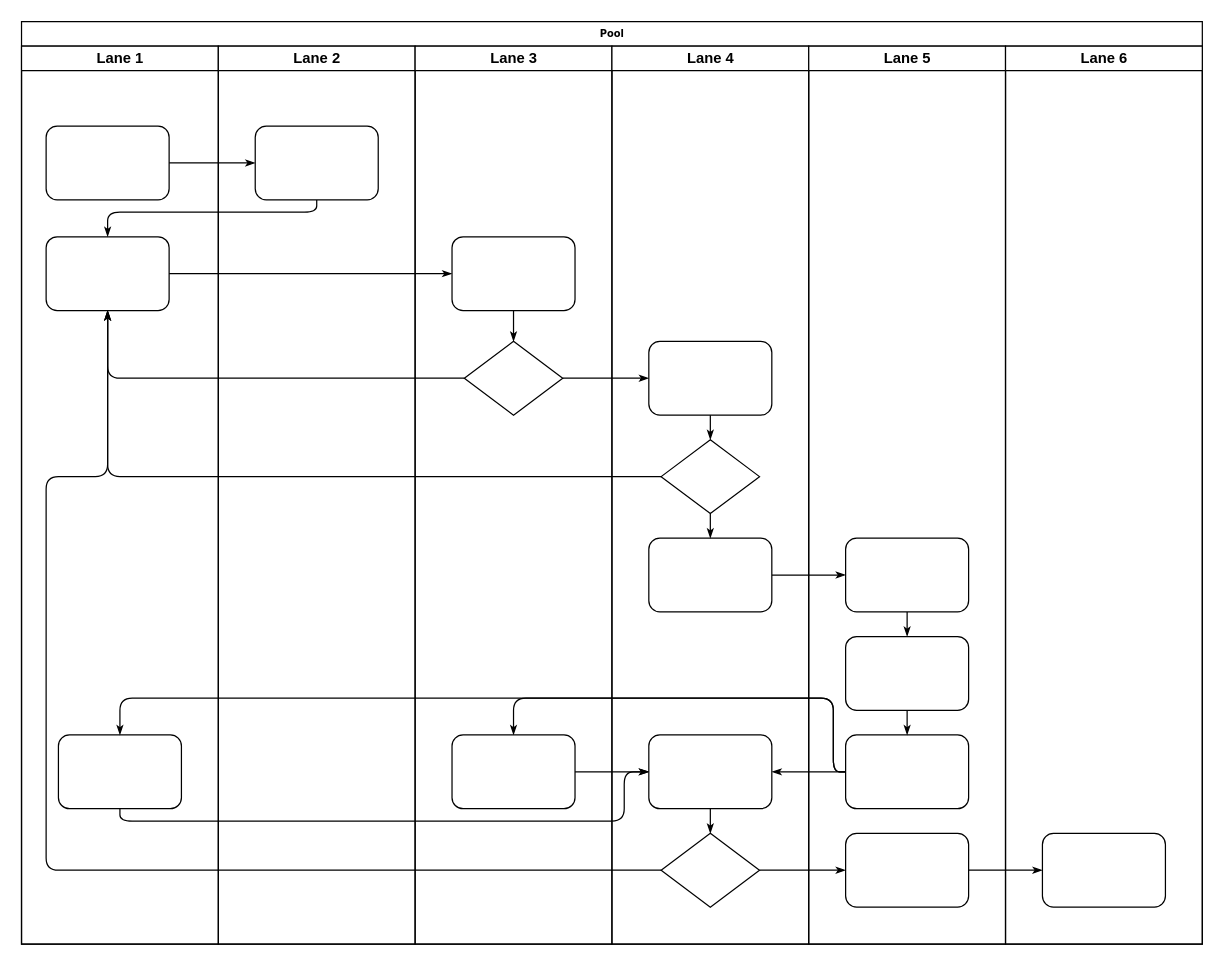
The draw.io diagram Untitled Diagram.drawio in Thousandsuny/Learning, before the edit. Source tidied: cells renumbered, new cells numbered last; positions are measured from the earlier drawing's top-left corner, leaving out a move shared by most shapes. Both pictures are drawn from the tidied source at 123%, with x=0, y=0 at pixel (21, 21).
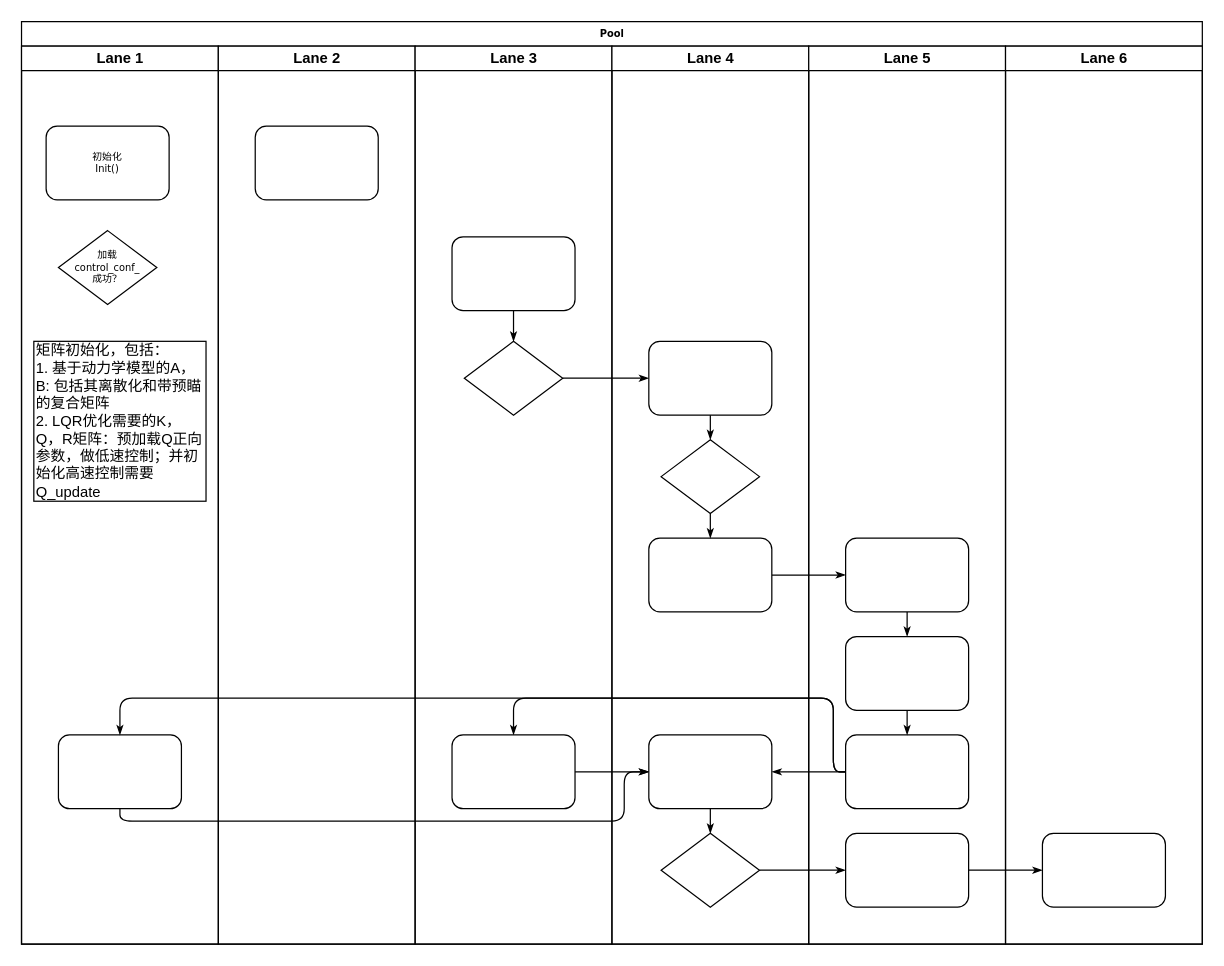
The same page after the edit.

The change refers to these unchanged cells:
```xml
<mxCell id="2" value="Pool" style="swimlane;html=1;startSize=20;rounded=0;shadow=0;labelBackgroundColor=none;strokeWidth=1;fontFamily=Verdana;fontSize=8;align=center;" parent="1" vertex="1">
  <mxGeometry width="960" height="750" as="geometry" />
</mxCell>
<mxCell id="3" value="Lane 1" style="swimlane;html=1;startSize=20;" parent="2" vertex="1">
  <mxGeometry y="20" width="160" height="730" as="geometry" />
</mxCell>
<mxCell id="23" style="rounded=1;whiteSpace=wrap;html=1;shadow=0;labelBackgroundColor=none;strokeWidth=1;fontFamily=Verdana;fontSize=8;align=center;" parent="22" vertex="1">
  <mxGeometry x="30" y="65" width="100" height="60" as="geometry" />
</mxCell>
<mxCell id="25" style="rounded=1;whiteSpace=wrap;html=1;shadow=0;labelBackgroundColor=none;strokeWidth=1;fontFamily=Verdana;fontSize=8;align=center;" parent="24" vertex="1">
  <mxGeometry x="30" y="155" width="100" height="60" as="geometry" />
</mxCell>
<mxCell id="26" style="rhombus;whiteSpace=wrap;html=1;rounded=0;shadow=0;labelBackgroundColor=none;strokeWidth=1;fontFamily=Verdana;fontSize=8;align=center;" parent="24" vertex="1">
  <mxGeometry x="40" y="240" width="80" height="60" as="geometry" />
</mxCell>
<mxCell id="31" style="rhombus;whiteSpace=wrap;html=1;rounded=0;shadow=0;labelBackgroundColor=none;strokeWidth=1;fontFamily=Verdana;fontSize=8;align=center;" parent="29" vertex="1">
  <mxGeometry x="40" y="320" width="80" height="60" as="geometry" />
</mxCell>
<mxCell id="34" style="rhombus;whiteSpace=wrap;html=1;rounded=0;shadow=0;labelBackgroundColor=none;strokeWidth=1;fontFamily=Verdana;fontSize=8;align=center;" parent="29" vertex="1">
  <mxGeometry x="40" y="640" width="80" height="60" as="geometry" />
</mxCell>
```

Change to the diagram source:
```diff
@@
-    <mxCell id="4" style="rounded=1;whiteSpace=wrap;html=1;shadow=0;labelBackgroundColor=none;strokeWidth=1;fontFamily=Verdana;fontSize=8;align=center;" parent="3" vertex="1">
+    <mxCell id="4" value="初始化&lt;br&gt;Init()" style="rounded=1;whiteSpace=wrap;html=1;shadow=0;labelBackgroundColor=none;strokeWidth=1;fontFamily=Verdana;fontSize=8;align=center;" parent="3" vertex="1">
       <mxGeometry x="20" y="65" width="100" height="60" as="geometry" />
     </mxCell>
-    <mxCell id="5" style="rounded=1;whiteSpace=wrap;html=1;shadow=0;labelBackgroundColor=none;strokeWidth=1;fontFamily=Verdana;fontSize=8;align=center;" parent="3" vertex="1">
-      <mxGeometry x="20" y="155" width="100" height="60" as="geometry" />
-    </mxCell>
@@
-    <mxCell id="7" style="edgeStyle=orthogonalEdgeStyle;rounded=1;html=1;labelBackgroundColor=none;startArrow=none;startFill=0;startSize=5;endArrow=classicThin;endFill=1;endSize=5;jettySize=auto;strokeWidth=1;fontFamily=Verdana;fontSize=8;" parent="2" edge="1" source="4" target="23">
-      <mxGeometry relative="1" as="geometry" />
-    </mxCell>
-    <mxCell id="8" style="edgeStyle=orthogonalEdgeStyle;rounded=1;html=1;labelBackgroundColor=none;startArrow=none;startFill=0;startSize=5;endArrow=classicThin;endFill=1;endSize=5;jettySize=auto;strokeWidth=1;fontFamily=Verdana;fontSize=8;" parent="2" edge="1" source="23" target="5">
-      <mxGeometry relative="1" as="geometry">
-        <Array as="points">
-          <mxPoint x="240" y="155" />
-          <mxPoint x="70" y="155" />
-        </Array>
-      </mxGeometry>
-    </mxCell>
-    <mxCell id="9" style="edgeStyle=orthogonalEdgeStyle;rounded=1;html=1;labelBackgroundColor=none;startArrow=none;startFill=0;startSize=5;endArrow=classicThin;endFill=1;endSize=5;jettySize=auto;strokeWidth=1;fontFamily=Verdana;fontSize=8;" parent="2" edge="1" source="5" target="25">
-      <mxGeometry relative="1" as="geometry" />
-    </mxCell>
-    <mxCell id="10" style="edgeStyle=orthogonalEdgeStyle;rounded=1;html=1;labelBackgroundColor=none;startArrow=none;startFill=0;startSize=5;endArrow=classicThin;endFill=1;endSize=5;jettySize=auto;strokeWidth=1;fontFamily=Verdana;fontSize=8;" parent="2" edge="1" source="26" target="5">
-      <mxGeometry relative="1" as="geometry" />
-    </mxCell>
-    <mxCell id="11" style="edgeStyle=orthogonalEdgeStyle;rounded=1;html=1;labelBackgroundColor=none;startArrow=none;startFill=0;startSize=5;endArrow=classicThin;endFill=1;endSize=5;jettySize=auto;strokeWidth=1;fontFamily=Verdana;fontSize=8;" parent="2" edge="1" source="31" target="5">
-      <mxGeometry relative="1" as="geometry" />
-    </mxCell>
-    <mxCell id="12" style="edgeStyle=orthogonalEdgeStyle;rounded=1;html=1;labelBackgroundColor=none;startArrow=none;startFill=0;startSize=5;endArrow=classicThin;endFill=1;endSize=5;jettySize=auto;strokeWidth=1;fontFamily=Verdana;fontSize=8;" parent="2" edge="1" source="34" target="5">
-      <mxGeometry relative="1" as="geometry">
-        <Array as="points">
-          <mxPoint x="20" y="690" />
-          <mxPoint x="20" y="370" />
-          <mxPoint x="70" y="370" />
-        </Array>
-      </mxGeometry>
-    </mxCell>
+    <mxCell id="47" value="加载&lt;br&gt;control_conf_&lt;br&gt;成功？" style="rhombus;whiteSpace=wrap;html=1;rounded=0;shadow=0;labelBackgroundColor=none;strokeWidth=1;fontFamily=Verdana;fontSize=8;align=center;" parent="3" vertex="1">
+      <mxGeometry x="30" y="150" width="80" height="60" as="geometry" />
+    </mxCell>
+    <mxCell id="48" value="矩阵初始化，包括：&lt;br&gt;&lt;div&gt;&lt;span&gt;1. 基于动力学模型的A，B: 包括其离散化和带预瞄的复合矩阵&lt;/span&gt;&lt;/div&gt;2. LQR优化需要的K，Q，R矩阵：预加载Q正向参数，做低速控制；并初始化高速控制需要Q_update" style="rounded=0;whiteSpace=wrap;html=1;align=left;" parent="3" vertex="1">
+      <mxGeometry x="10" y="240" width="140" height="130" as="geometry" />
+    </mxCell>
```
